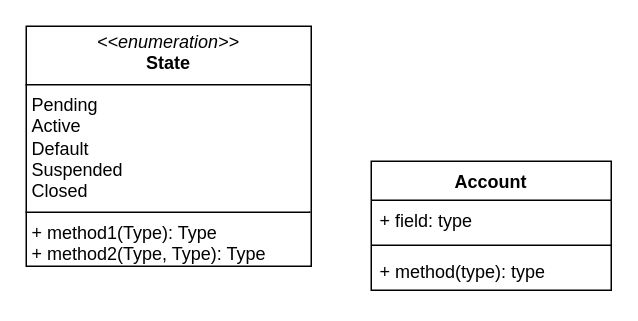
Before: page "Page-3" (3 of 3) of workshop6_week7.drawio in antonykimuom/SWEN30006-2025-SM1-workshop1-tuew05-14-00-team-12, a draw.io diagram. Source tidied: cells renumbered, new cells numbered last; positions are measured from the earlier drawing's top-left corner, leaving out a move shared by most shapes. Both pictures are drawn from the tidied source at 150%, with x=0, y=0 at pixel (26, 26).
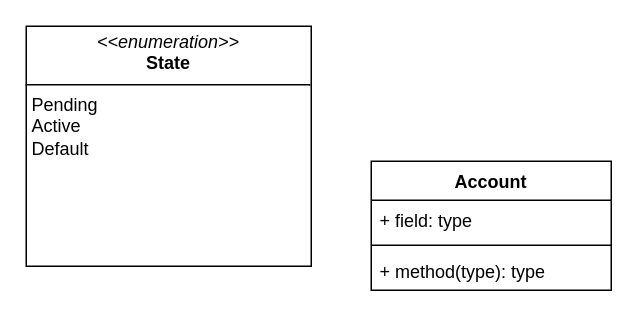
Above is the later version.

Change to the diagram source:
```diff
@@
 <mxGraphModel>
   <root>
     <mxCell id="0" />
     <mxCell id="1" parent="0" />
     <mxCell id="2" value="Account" style="swimlane;fontStyle=1;align=center;verticalAlign=top;horizontal=1;startSize=26;whiteSpace=wrap;html=1;" parent="1" vertex="1">
       <mxGeometry x="230" y="90" width="160" height="86" as="geometry" />
     </mxCell>
     <mxCell id="3" value="+ field: type" style="text;strokeColor=none;fillColor=none;align=left;verticalAlign=top;spacingLeft=4;spacingRight=4;overflow=hidden;whiteSpace=wrap;html=1;" parent="2" vertex="1">
       <mxGeometry y="26" width="160" height="26" as="geometry" />
     </mxCell>
     <mxCell id="4" style="line;strokeWidth=1;fillColor=none;align=left;verticalAlign=middle;spacingTop=-1;spacingLeft=3;spacingRight=3;labelPosition=right;strokeColor=inherit;" parent="2" vertex="1">
       <mxGeometry y="52" width="160" height="8" as="geometry" />
     </mxCell>
     <mxCell id="5" value="+ method(type): type" style="text;strokeColor=none;fillColor=none;align=left;verticalAlign=top;spacingLeft=4;spacingRight=4;overflow=hidden;whiteSpace=wrap;html=1;" parent="2" vertex="1">
       <mxGeometry y="60" width="160" height="26" as="geometry" />
     </mxCell>
-    <mxCell id="6" value="&lt;p style=&quot;margin:0px;margin-top:4px;text-align:center;&quot;&gt;&lt;i&gt;&amp;lt;&amp;lt;enumeration&amp;gt;&amp;gt;&lt;/i&gt;&lt;br&gt;&lt;b&gt;State&lt;/b&gt;&lt;/p&gt;&lt;hr size=&quot;1&quot; style=&quot;border-style:solid;&quot;&gt;&lt;p style=&quot;margin:0px;margin-left:4px;&quot;&gt;Pending&lt;/p&gt;&lt;p style=&quot;margin:0px;margin-left:4px;&quot;&gt;Active&lt;/p&gt;&lt;p style=&quot;margin:0px;margin-left:4px;&quot;&gt;Default&lt;/p&gt;&lt;p style=&quot;margin:0px;margin-left:4px;&quot;&gt;Suspended&lt;/p&gt;&lt;p style=&quot;margin:0px;margin-left:4px;&quot;&gt;Closed&lt;/p&gt;&lt;hr size=&quot;1&quot; style=&quot;border-style:solid;&quot;&gt;&lt;p style=&quot;margin:0px;margin-left:4px;&quot;&gt;+ method1(Type): Type&lt;br&gt;+ method2(Type, Type): Type&lt;/p&gt;" style="verticalAlign=top;align=left;overflow=fill;html=1;whiteSpace=wrap;" parent="1" vertex="1">
+    <mxCell id="6" value="&lt;p style=&quot;margin:0px;margin-top:4px;text-align:center;&quot;&gt;&lt;i&gt;&amp;lt;&amp;lt;enumeration&amp;gt;&amp;gt;&lt;/i&gt;&lt;br&gt;&lt;b&gt;State&lt;/b&gt;&lt;/p&gt;&lt;hr size=&quot;1&quot; style=&quot;border-style:solid;&quot;&gt;&lt;p style=&quot;margin:0px;margin-left:4px;&quot;&gt;Pending&lt;/p&gt;&lt;p style=&quot;margin:0px;margin-left:4px;&quot;&gt;Active&lt;/p&gt;&lt;p style=&quot;margin:0px;margin-left:4px;&quot;&gt;Default&lt;/p&gt;&lt;p style=&quot;margin:0px;margin-left:4px;&quot;&gt;&lt;br&gt;&lt;/p&gt;" style="verticalAlign=top;align=left;overflow=fill;html=1;whiteSpace=wrap;" parent="1" vertex="1">
       <mxGeometry width="190" height="160" as="geometry" />
     </mxCell>
   </root>
 </mxGraphModel>
```
